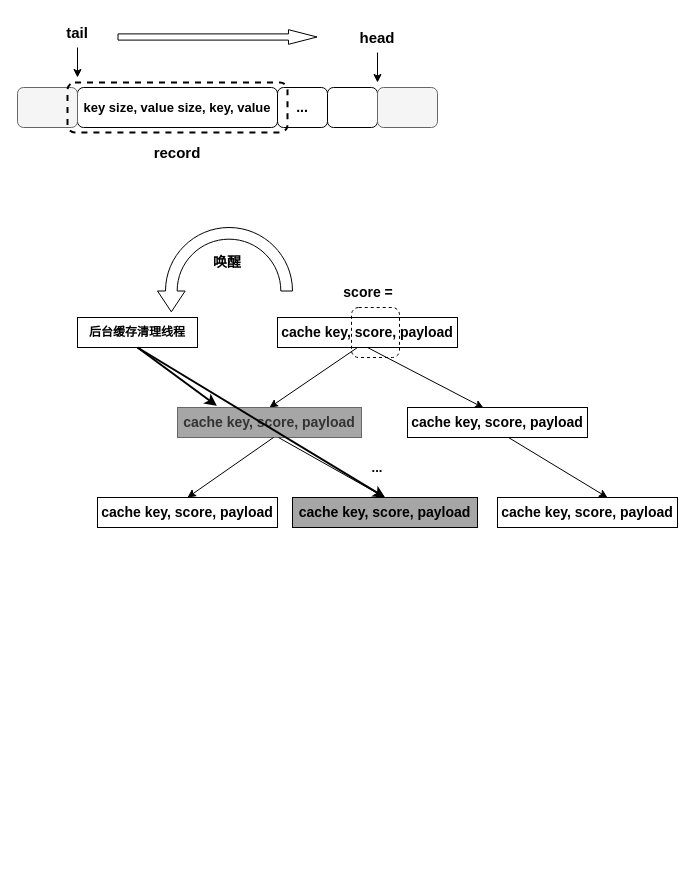
Earlier version of the draw.io diagram page "第 2 页" (2 of 3) of RabbitKV.drawio (yeqiyi/drawIO). Source tidied: cells renumbered, new cells numbered last; positions are measured from the earlier drawing's top-left corner, leaving out a move shared by most shapes. Both pictures are drawn from the tidied source at 100%, with x=0, y=0 at pixel (17, 17).
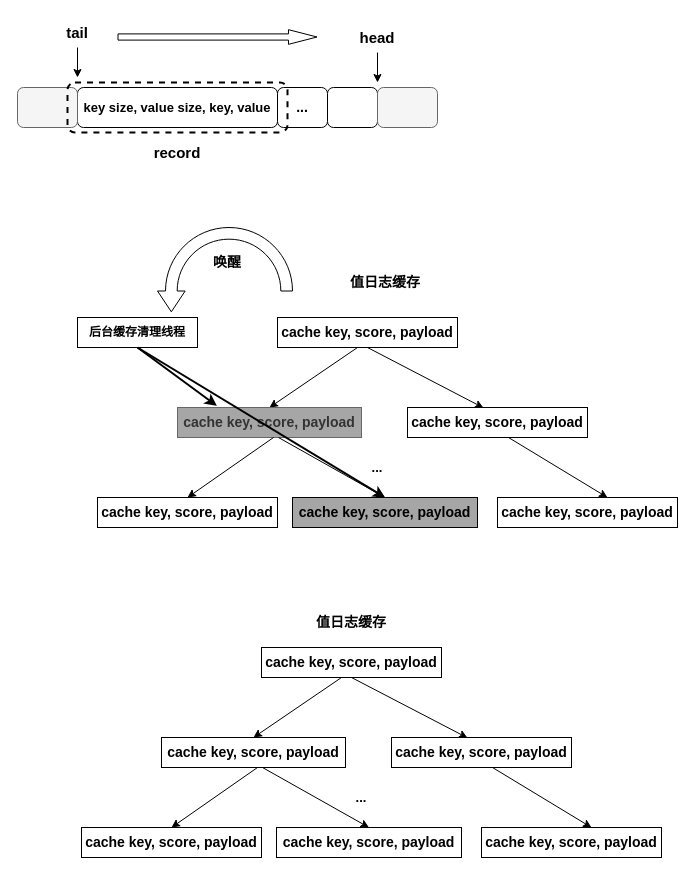
The same diagram, later.

Diff of the diagram source:
```diff
@@
-    <mxCell id="29" style="rounded=1;whiteSpace=wrap;html=1;fillColor=none;dashed=1;" parent="1" vertex="1">
-      <mxGeometry x="334" y="290" width="48" height="50" as="geometry" />
-    </mxCell>
-    <mxCell id="30" value="&lt;b&gt;&lt;font style=&quot;font-size: 14px;&quot;&gt;score =&amp;nbsp;&lt;/font&gt;&lt;/b&gt;" style="text;html=1;strokeColor=none;fillColor=none;align=center;verticalAlign=middle;whiteSpace=wrap;rounded=0;" parent="1" vertex="1">
-      <mxGeometry x="270" y="260" width="166" height="30" as="geometry" />
+    <mxCell id="30" value="&lt;b&gt;&lt;font style=&quot;font-size: 14px;&quot;&gt;值日志缓存&lt;/font&gt;&lt;/b&gt;" style="text;html=1;strokeColor=none;fillColor=none;align=center;verticalAlign=middle;whiteSpace=wrap;rounded=0;" parent="1" vertex="1">
+      <mxGeometry x="284.5" y="250" width="166" height="30" as="geometry" />
     </mxCell>
@@
+    <mxCell id="33" value="&lt;b&gt;&lt;font style=&quot;font-size: 14px;&quot;&gt;cache key, score, payload&lt;/font&gt;&lt;/b&gt;" style="rounded=0;whiteSpace=wrap;html=1;" parent="1" vertex="1">
+      <mxGeometry x="244" y="630" width="180" height="30" as="geometry" />
+    </mxCell>
+    <mxCell id="34" style="endArrow=classic;html=1;rounded=0;entryX=0.5;entryY=0;entryDx=0;entryDy=0;" parent="1" edge="1" target="35">
+      <mxGeometry relative="1" as="geometry">
+        <mxPoint x="324" y="660" as="sourcePoint" />
+      </mxGeometry>
+    </mxCell>
+    <mxCell id="35" value="&lt;b&gt;&lt;font style=&quot;font-size: 14px;&quot;&gt;cache key, score, payload&lt;/font&gt;&lt;/b&gt;" style="rounded=0;whiteSpace=wrap;html=1;" parent="1" vertex="1">
+      <mxGeometry x="144" y="720" width="184" height="30" as="geometry" />
+    </mxCell>
+    <mxCell id="36" value="&lt;b&gt;&lt;font style=&quot;font-size: 14px;&quot;&gt;cache key, score, payload&lt;/font&gt;&lt;/b&gt;" style="rounded=0;whiteSpace=wrap;html=1;" parent="1" vertex="1">
+      <mxGeometry x="374" y="720" width="180" height="30" as="geometry" />
+    </mxCell>
+    <mxCell id="37" style="endArrow=classic;html=1;rounded=0;entryX=0.422;entryY=0.011;entryDx=0;entryDy=0;exitX=0.5;exitY=1;exitDx=0;exitDy=0;entryPerimeter=0;" parent="1" edge="1" source="33" target="36">
+      <mxGeometry relative="1" as="geometry" />
+    </mxCell>
+    <mxCell id="38" style="endArrow=classic;html=1;rounded=0;entryX=0.5;entryY=0;entryDx=0;entryDy=0;" parent="1" edge="1" target="39">
+      <mxGeometry relative="1" as="geometry">
+        <mxPoint x="240" y="750" as="sourcePoint" />
+      </mxGeometry>
+    </mxCell>
+    <mxCell id="39" value="&lt;b&gt;&lt;font style=&quot;font-size: 14px;&quot;&gt;cache key, score, payload&lt;/font&gt;&lt;/b&gt;" style="rounded=0;whiteSpace=wrap;html=1;" parent="1" vertex="1">
+      <mxGeometry x="64" y="810" width="180" height="30" as="geometry" />
+    </mxCell>
+    <mxCell id="40" style="endArrow=classic;html=1;rounded=0;entryX=0.5;entryY=0;entryDx=0;entryDy=0;exitX=0.5;exitY=1;exitDx=0;exitDy=0;" parent="1" edge="1" target="41">
+      <mxGeometry relative="1" as="geometry">
+        <mxPoint x="245" y="750" as="sourcePoint" />
+      </mxGeometry>
+    </mxCell>
+    <mxCell id="41" value="&lt;b&gt;&lt;font style=&quot;font-size: 14px;&quot;&gt;cache key, score, payload&lt;/font&gt;&lt;/b&gt;" style="rounded=0;whiteSpace=wrap;html=1;" parent="1" vertex="1">
+      <mxGeometry x="259" y="810" width="185" height="30" as="geometry" />
+    </mxCell>
+    <mxCell id="42" style="endArrow=classic;html=1;rounded=0;" parent="1" edge="1">
+      <mxGeometry relative="1" as="geometry">
+        <mxPoint x="475" y="750" as="sourcePoint" />
+        <mxPoint x="574" y="810" as="targetPoint" />
+      </mxGeometry>
+    </mxCell>
+    <mxCell id="43" value="&lt;b&gt;&lt;font style=&quot;font-size: 14px;&quot;&gt;cache key, score, payload&lt;/font&gt;&lt;/b&gt;" style="rounded=0;whiteSpace=wrap;html=1;" parent="1" vertex="1">
+      <mxGeometry x="464" y="810" width="180" height="30" as="geometry" />
+    </mxCell>
+    <mxCell id="44" value="&lt;b&gt;&lt;font style=&quot;font-size: 13px;&quot;&gt;...&lt;/font&gt;&lt;/b&gt;" style="text;html=1;strokeColor=none;fillColor=none;align=center;verticalAlign=middle;whiteSpace=wrap;rounded=0;" parent="1" vertex="1">
+      <mxGeometry x="314" y="765" width="60" height="30" as="geometry" />
+    </mxCell>
+    <mxCell id="45" value="&lt;b&gt;&lt;font style=&quot;font-size: 14px;&quot;&gt;值日志缓存&lt;/font&gt;&lt;/b&gt;" style="text;html=1;strokeColor=none;fillColor=none;align=center;verticalAlign=middle;whiteSpace=wrap;rounded=0;" parent="1" vertex="1">
+      <mxGeometry x="251" y="590" width="166" height="30" as="geometry" />
+    </mxCell>
```
